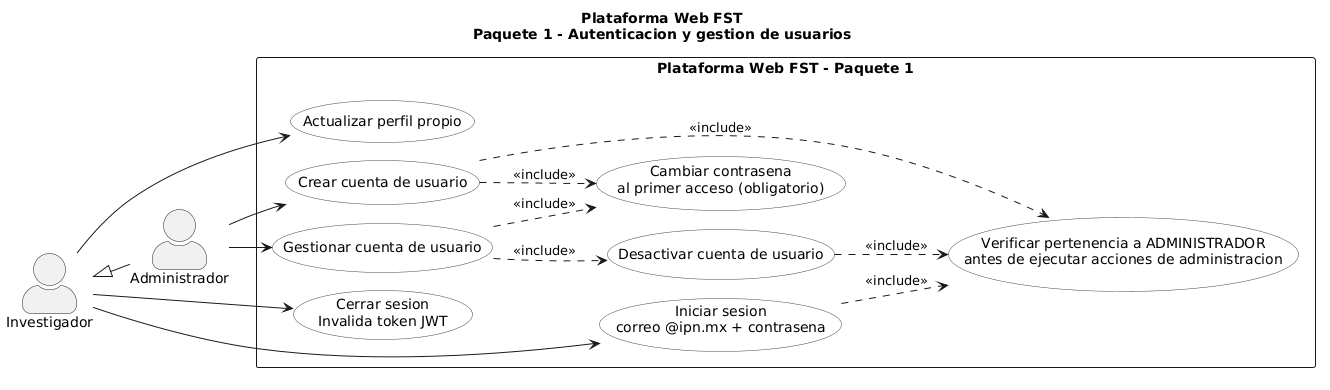
The PlantUML diagram figures/mermaid/cu_paquete1.png in ErickJester/fst-ai-system-latex, before a commit. The source it was exported from:
```plantuml
@startuml
!pragma layout smetana
title Plataforma Web FST\nPaquete 1 - Autenticacion y gestion de usuarios
left to right direction
skinparam packageStyle rectangle
skinparam actorStyle awesome
skinparam usecase {
  BackgroundColor White
  BorderColor DarkSlateGray
}
actor "Investigador" as INV
actor "Administrador" as ADMIN
INV <|-- ADMIN
rectangle "Plataforma Web FST - Paquete 1" {
  usecase "Iniciar sesion\ncorreo @ipn.mx + contrasena" as UC11
  usecase "Cerrar sesion\nInvalida token JWT" as UC12
  usecase "Verificar pertenencia a ADMINISTRADOR\nantes de ejecutar acciones de administracion" as UC14
  usecase "Gestionar cuenta de usuario" as UC15
  usecase "Cambiar contrasena\nal primer acceso (obligatorio)" as UC15a
  usecase "Desactivar cuenta de usuario" as UC15b
  usecase "Actualizar perfil propio" as UC16
  usecase "Crear cuenta de usuario" as UC17
}
INV --> UC11
INV --> UC12
INV --> UC16
ADMIN --> UC15
ADMIN --> UC17
UC17 ..> UC14 : <<include>>
UC15b ..> UC14 : <<include>>
UC11 ..> UC14 : <<include>>
UC15 ..> UC15a : <<include>>
UC15 ..> UC15b : <<include>>
UC17 ..> UC15a : <<include>>
@enduml
```
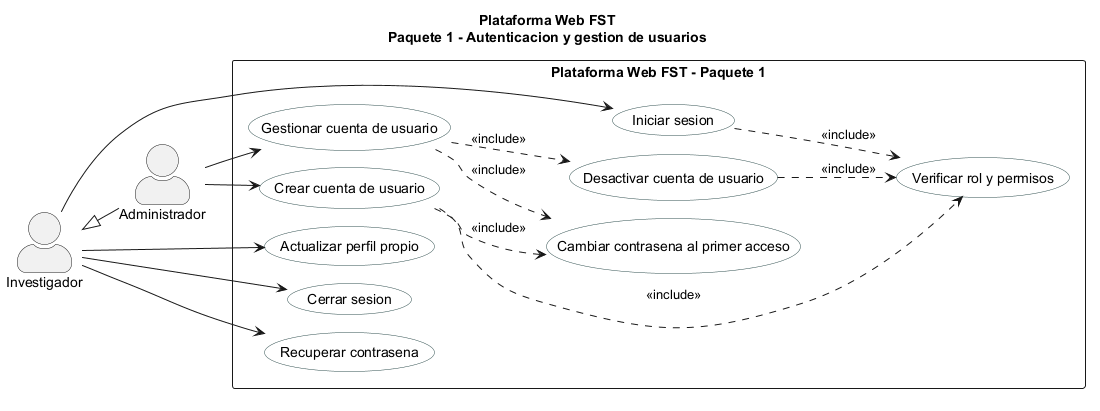
After the change.

Change to the diagram source:
```diff
@@ -12,17 +12,19 @@
 actor "Administrador" as ADMIN
 INV <|-- ADMIN
 rectangle "Plataforma Web FST - Paquete 1" {
-  usecase "Iniciar sesion\ncorreo @ipn.mx + contrasena" as UC11
-  usecase "Cerrar sesion\nInvalida token JWT" as UC12
-  usecase "Verificar pertenencia a ADMINISTRADOR\nantes de ejecutar acciones de administracion" as UC14
+  usecase "Iniciar sesion" as UC11
+  usecase "Cerrar sesion" as UC12
+  usecase "Recuperar contrasena" as UC13
+  usecase "Verificar rol y permisos" as UC14
   usecase "Gestionar cuenta de usuario" as UC15
-  usecase "Cambiar contrasena\nal primer acceso (obligatorio)" as UC15a
+  usecase "Cambiar contrasena al primer acceso" as UC15a
   usecase "Desactivar cuenta de usuario" as UC15b
   usecase "Actualizar perfil propio" as UC16
   usecase "Crear cuenta de usuario" as UC17
 }
 INV --> UC11
 INV --> UC12
+INV --> UC13
 INV --> UC16
 ADMIN --> UC15
 ADMIN --> UC17
```
